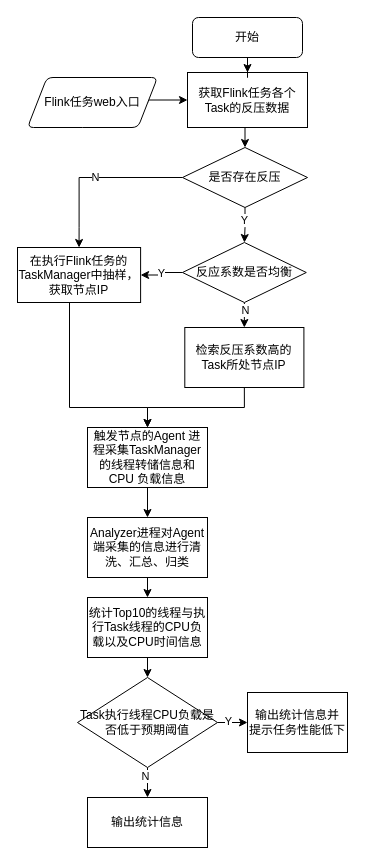
wususu/treasure-bag keeps this draw.io diagram as treasure-distributed/未命名绘图.drawio. Above is the earlier version. Source tidied: cells renumbered, new cells numbered last; positions are measured from the earlier drawing's top-left corner, leaving out a move shared by most shapes. Both pictures are drawn from the tidied source at 100%, with x=0, y=0 at pixel (17, 17).
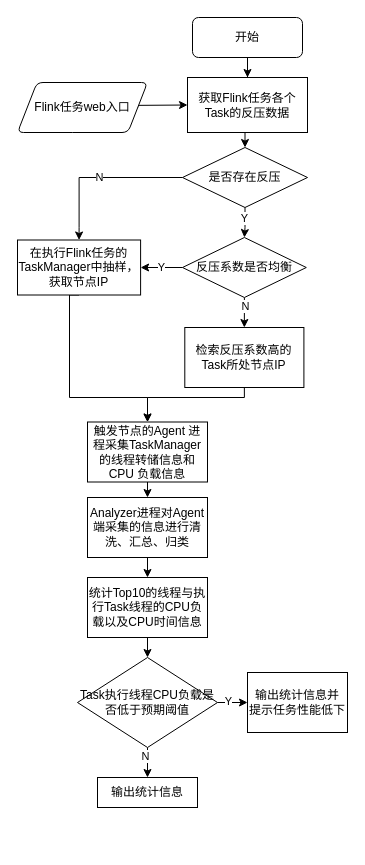
Above is the later version.

Commit message:
更新未命名绘图.drawio

Unchanged cells that the change refers to:
```xml
<mxCell id="17" value="检索反压系数高的Task所处节点IP" style="rounded=0;whiteSpace=wrap;html=1;" parent="1" vertex="1">
  <mxGeometry x="167.3" y="310" width="119.1" height="60" as="geometry" />
</mxCell>
```

Diff of the diagram source:
```diff
@@
     <mxCell id="3" value="获取Flink任务各个Task的反压数据" style="rounded=0;whiteSpace=wrap;html=1;" parent="1" vertex="1">
-      <mxGeometry x="170" y="55" width="120" height="55" as="geometry" />
+      <mxGeometry x="170" y="60" width="120" height="55" as="geometry" />
     </mxCell>
@@
     <mxCell id="6" style="edgeStyle=orthogonalEdgeStyle;rounded=0;jettySize=auto;html=1;exitX=1;exitY=0.5;exitDx=0;exitDy=0;entryX=0;entryY=0.5;entryDx=0;entryDy=0;" parent="1" edge="1" source="7" target="3">
       <mxGeometry relative="1" as="geometry">
         <Array as="points">
-          <mxPoint x="130" y="83" />
+          <mxPoint x="100" y="88" />
+          <mxPoint x="130" y="88" />
         </Array>
       </mxGeometry>
     </mxCell>
     <mxCell id="7" value="Flink任务web入口" style="shape=parallelogram;html=1;strokeWidth=1;perimeter=parallelogramPerimeter;whiteSpace=wrap;rounded=1;arcSize=12;size=0.15000000000000002;" parent="1" vertex="1">
-      <mxGeometry x="10" y="60" width="130" height="50" as="geometry" />
+      <mxGeometry y="65" width="130" height="50" as="geometry" />
     </mxCell>
@@
-    <mxCell id="15" value="反应系数是否均衡" style="strokeWidth=1;html=1;shape=mxgraph.flowchart.decision;whiteSpace=wrap;" parent="1" vertex="1">
-      <mxGeometry x="165" y="225" width="123.8" height="60" as="geometry" />
+    <mxCell id="15" value="反压系数是否均衡" style="strokeWidth=1;html=1;shape=mxgraph.flowchart.decision;whiteSpace=wrap;" parent="1" vertex="1">
+      <mxGeometry x="165" y="220" width="123.8" height="60" as="geometry" />
     </mxCell>
     <mxCell id="16" style="edgeStyle=orthogonalEdgeStyle;rounded=0;jettySize=auto;html=1;exitX=0.5;exitY=1;exitDx=0;exitDy=0;entryX=0.5;entryY=0;entryDx=0;entryDy=0;" parent="1" edge="1" source="17" target="21">
-      <mxGeometry relative="1" as="geometry" />
+      <mxGeometry relative="1" as="geometry">
+        <Array as="points">
+          <mxPoint x="227" y="380" />
+          <mxPoint x="130" y="380" />
+        </Array>
+      </mxGeometry>
     </mxCell>
@@
     <mxCell id="18" style="edgeStyle=orthogonalEdgeStyle;rounded=0;jettySize=auto;html=1;exitX=0.5;exitY=1;exitDx=0;exitDy=0;entryX=0.5;entryY=0;entryDx=0;entryDy=0;" parent="1" edge="1" source="19" target="21">
       <mxGeometry relative="1" as="geometry">
         <Array as="points">
-          <mxPoint x="52" y="390" />
-          <mxPoint x="130" y="390" />
+          <mxPoint x="52" y="278" />
+          <mxPoint x="52" y="380" />
+          <mxPoint x="130" y="380" />
         </Array>
       </mxGeometry>
     </mxCell>
     <mxCell id="19" value="在执行Flink任务的TaskManager中抽样，获取节点IP" style="rounded=0;whiteSpace=wrap;html=1;" parent="1" vertex="1">
-      <mxGeometry y="230" width="123.1" height="55" as="geometry" />
+      <mxGeometry y="222.5" width="123.1" height="55" as="geometry" />
     </mxCell>
@@
     <mxCell id="21" value="触发节点的Agent 进程采集TaskManager的线程转储信息和CPU 负载信息" style="rounded=0;whiteSpace=wrap;html=1;strokeWidth=1;" parent="1" vertex="1">
-      <mxGeometry x="70" y="410" width="120" height="60" as="geometry" />
+      <mxGeometry x="70" y="404.5" width="120" height="60" as="geometry" />
     </mxCell>
@@
     <mxCell id="23" value="Analyzer进程对Agent端采集的信息进行清洗、汇总、归类" style="rounded=0;whiteSpace=wrap;html=1;strokeWidth=1;" parent="1" vertex="1">
-      <mxGeometry x="70" y="500" width="120" height="60" as="geometry" />
+      <mxGeometry x="70" y="480" width="120" height="60" as="geometry" />
     </mxCell>
@@
     <mxCell id="25" value="统计Top10的线程与执行Task线程的CPU负载以及CPU时间信息" style="rounded=0;whiteSpace=wrap;html=1;strokeWidth=1;" parent="1" vertex="1">
-      <mxGeometry x="70" y="580" width="120" height="60" as="geometry" />
+      <mxGeometry x="70" y="560" width="120" height="60" as="geometry" />
     </mxCell>
@@
     <mxCell id="30" value="Task执行线程CPU负载是否低于预期阈值" style="rhombus;whiteSpace=wrap;html=1;strokeWidth=1;" parent="1" vertex="1">
-      <mxGeometry x="60" y="660" width="140" height="90" as="geometry" />
+      <mxGeometry x="60" y="640" width="140" height="90" as="geometry" />
     </mxCell>
     <mxCell id="31" value="输出统计信息并&lt;br&gt;提示任务性能低下" style="rounded=0;whiteSpace=wrap;html=1;strokeWidth=1;" parent="1" vertex="1">
-      <mxGeometry x="230" y="675" width="100" height="60" as="geometry" />
+      <mxGeometry x="230" y="655" width="100" height="60" as="geometry" />
     </mxCell>
     <mxCell id="32" value="输出统计信息" style="rounded=0;whiteSpace=wrap;html=1;strokeWidth=1;" parent="1" vertex="1">
-      <mxGeometry x="70" y="780" width="120" height="50" as="geometry" />
+      <mxGeometry x="80" y="760" width="100" height="30" as="geometry" />
     </mxCell>
```
